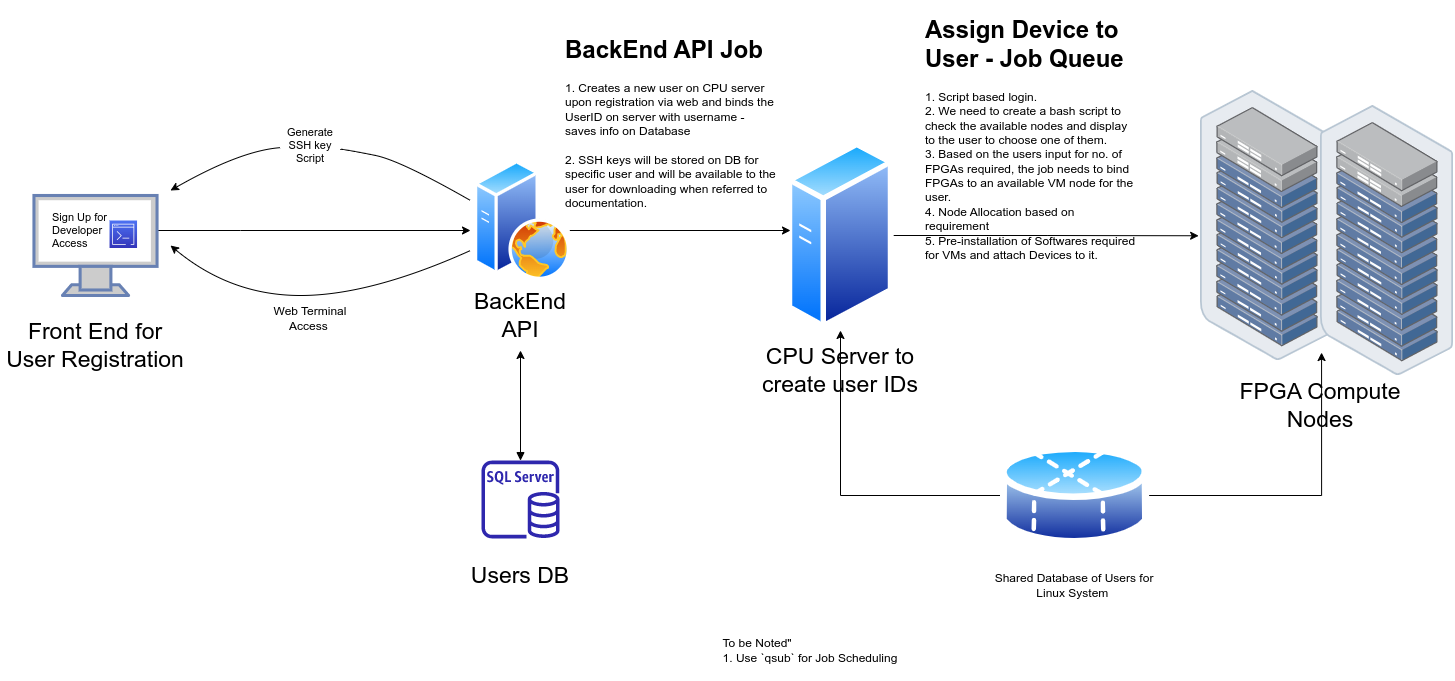
Before: Intel DevCloud Flow.drawio.png, a diagram exported from draw.io (belanasaikiran/FlowCharts). Source tidied: cells renumbered, new cells last; positions are measured from the earlier drawing's top-left corner, leaving out a move shared by most shapes.
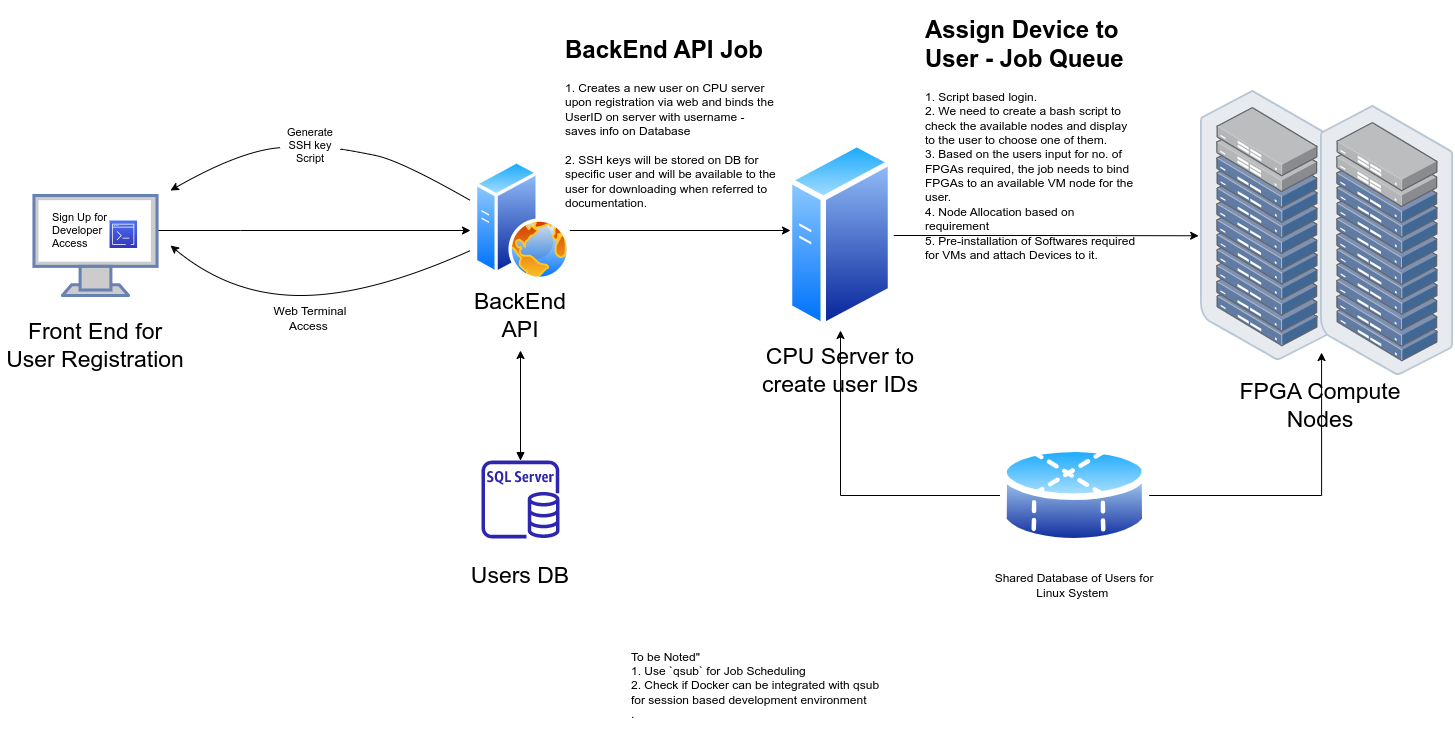
The same diagram one commit later.

What changed in the source:
```diff
@@ -120,8 +120,8 @@
     <mxCell id="30" style="sketch=0;fontColor=#232F3E;gradientColor=#4D72F3;gradientDirection=north;fillColor=#3334B9;strokeColor=#ffffff;dashed=0;verticalLabelPosition=bottom;verticalAlign=top;align=center;html=1;fontSize=12;fontStyle=0;shape=mxgraph.aws4.resourceIcon;resIcon=mxgraph.aws4.command_line_interface;" parent="28" vertex="1">
       <mxGeometry x="59" y="10" width="27.5" height="27.5" as="geometry" />
     </mxCell>
-    <mxCell id="31" value="&lt;div style=&quot;text-align: left;&quot;&gt;&lt;span style=&quot;background-color: initial;&quot;&gt;To be Noted&quot;&lt;/span&gt;&lt;/div&gt;&lt;div style=&quot;text-align: left;&quot;&gt;&lt;span style=&quot;background-color: initial;&quot;&gt;1. Use `qsub` for Job Scheduling&lt;/span&gt;&lt;/div&gt;" style="text;html=1;strokeColor=none;fillColor=none;align=center;verticalAlign=middle;whiteSpace=wrap;rounded=0;" parent="1" vertex="1">
-      <mxGeometry x="700" y="610" width="220" height="60" as="geometry" />
+    <mxCell id="31" value="&lt;div style=&quot;text-align: left;&quot;&gt;&lt;span style=&quot;background-color: initial;&quot;&gt;To be Noted&quot;&lt;/span&gt;&lt;/div&gt;&lt;div style=&quot;text-align: left;&quot;&gt;&lt;span style=&quot;background-color: initial;&quot;&gt;1. Use `qsub` for Job Scheduling&lt;/span&gt;&lt;/div&gt;&lt;div style=&quot;text-align: left;&quot;&gt;&lt;span style=&quot;background-color: initial;&quot;&gt;2. Check if Docker can be integrated with qsub for session based development environment&lt;/span&gt;&lt;/div&gt;&lt;div style=&quot;text-align: left;&quot;&gt;&lt;span style=&quot;background-color: initial;&quot;&gt;.&lt;/span&gt;&lt;/div&gt;" style="text;html=1;strokeColor=none;fillColor=none;align=center;verticalAlign=middle;whiteSpace=wrap;rounded=0;" parent="1" vertex="1">
+      <mxGeometry x="630" y="630" width="260" height="90" as="geometry" />
     </mxCell>
     <mxCell id="32" style="edgeStyle=orthogonalEdgeStyle;rounded=0;jettySize=auto;html=1;exitX=0;exitY=0.5;exitDx=0;exitDy=0;entryX=0.5;entryY=1;entryDx=0;entryDy=0;" parent="1" edge="1" source="34" target="7">
       <mxGeometry relative="1" as="geometry" />
```
